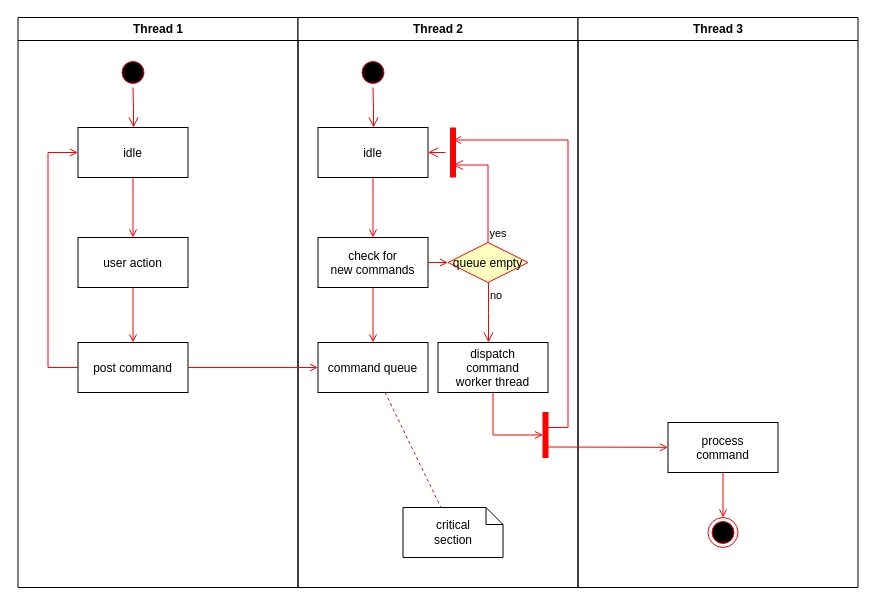
ddffx/api-blueprint keeps this draw.io diagram as Untitled Diagram.drawio. Above is the earlier version. Source tidied: cells renumbered, new cells numbered last; positions are measured from the earlier drawing's top-left corner, leaving out a move shared by most shapes. Both pictures are drawn from the tidied source at 100%, with x=0, y=0 at pixel (17, 17).
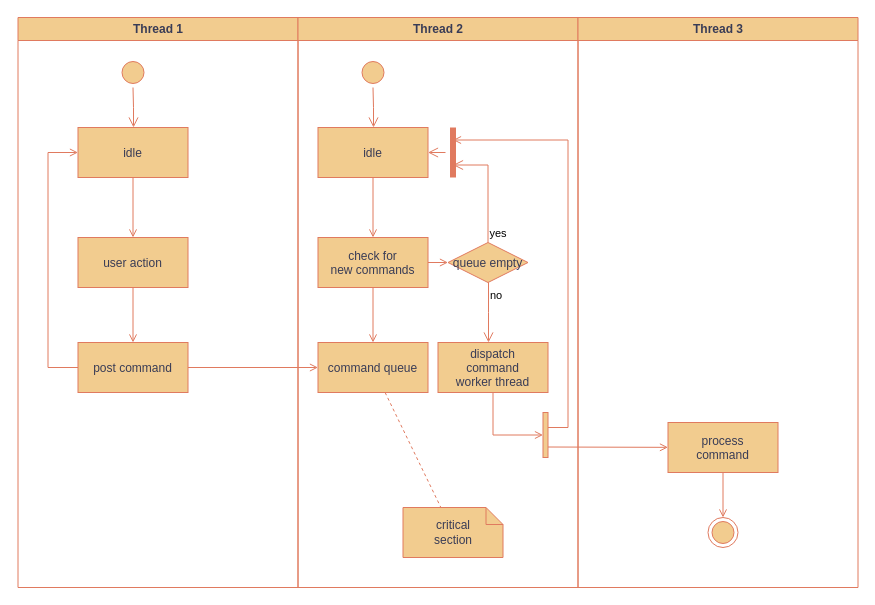
The same page after the edit.

What changed in the source:
```diff
@@
-    <mxCell id="2" value="Thread 1" style="swimlane;whiteSpace=wrap;" parent="1" vertex="1">
+    <mxCell id="2" value="Thread 1" style="swimlane;whiteSpace=wrap;labelBackgroundColor=none;fillColor=#F2CC8F;strokeColor=#E07A5F;fontColor=#393C56;" parent="1" vertex="1">
       <mxGeometry x="0.5" width="280" height="570" as="geometry" />
     </mxCell>
-    <mxCell id="3" style="ellipse;shape=startState;fillColor=#000000;strokeColor=#ff0000;" parent="2" vertex="1">
+    <mxCell id="3" style="ellipse;shape=startState;fillColor=#F2CC8F;strokeColor=#E07A5F;labelBackgroundColor=none;fontColor=#393C56;" parent="2" vertex="1">
       <mxGeometry x="100" y="40" width="30" height="30" as="geometry" />
     </mxCell>
-    <mxCell id="4" style="edgeStyle=elbowEdgeStyle;elbow=horizontal;verticalAlign=bottom;endArrow=open;endSize=8;strokeColor=#FF0000;endFill=1;rounded=0;" parent="2" edge="1" source="3" target="5">
+    <mxCell id="4" style="edgeStyle=elbowEdgeStyle;elbow=horizontal;verticalAlign=bottom;endArrow=open;endSize=8;strokeColor=#E07A5F;endFill=1;rounded=0;labelBackgroundColor=none;fontColor=default;" parent="2" edge="1" source="3" target="5">
       <mxGeometry x="100" y="40" as="geometry" />
     </mxCell>
-    <mxCell id="5" value="idle" parent="2" vertex="1">
+    <mxCell id="5" value="idle" style="labelBackgroundColor=none;fillColor=#F2CC8F;strokeColor=#E07A5F;fontColor=#393C56;" parent="2" vertex="1">
       <mxGeometry x="60" y="110" width="110" height="50" as="geometry" />
     </mxCell>
-    <mxCell id="6" value="user action" parent="2" vertex="1">
+    <mxCell id="6" value="user action" style="labelBackgroundColor=none;fillColor=#F2CC8F;strokeColor=#E07A5F;fontColor=#393C56;" parent="2" vertex="1">
       <mxGeometry x="60" y="220" width="110" height="50" as="geometry" />
     </mxCell>
-    <mxCell id="7" style="endArrow=open;strokeColor=#FF0000;endFill=1;rounded=0;" parent="2" edge="1" source="5" target="6">
+    <mxCell id="7" style="endArrow=open;strokeColor=#E07A5F;endFill=1;rounded=0;labelBackgroundColor=none;fontColor=default;" parent="2" edge="1" source="5" target="6">
       <mxGeometry relative="1" as="geometry" />
     </mxCell>
-    <mxCell id="8" value="post command" parent="2" vertex="1">
+    <mxCell id="8" value="post command" style="labelBackgroundColor=none;fillColor=#F2CC8F;strokeColor=#E07A5F;fontColor=#393C56;" parent="2" vertex="1">
       <mxGeometry x="60" y="325" width="110" height="50" as="geometry" />
     </mxCell>
-    <mxCell id="9" style="endArrow=open;strokeColor=#FF0000;endFill=1;rounded=0;" parent="2" edge="1" source="6" target="8">
+    <mxCell id="9" style="endArrow=open;strokeColor=#E07A5F;endFill=1;rounded=0;labelBackgroundColor=none;fontColor=default;" parent="2" edge="1" source="6" target="8">
       <mxGeometry relative="1" as="geometry" />
     </mxCell>
-    <mxCell id="10" style="edgeStyle=elbowEdgeStyle;elbow=horizontal;strokeColor=#FF0000;endArrow=open;endFill=1;rounded=0;" parent="2" edge="1" source="8" target="5">
+    <mxCell id="10" style="edgeStyle=elbowEdgeStyle;elbow=horizontal;strokeColor=#E07A5F;endArrow=open;endFill=1;rounded=0;labelBackgroundColor=none;fontColor=default;" parent="2" edge="1" source="8" target="5">
       <mxGeometry relative="1" as="geometry">
         <Array as="points">
           <mxPoint x="30" y="250" />
         </Array>
       </mxGeometry>
     </mxCell>
-    <mxCell id="11" value="Thread 2" style="swimlane;whiteSpace=wrap;" parent="1" vertex="1">
+    <mxCell id="11" value="Thread 2" style="swimlane;whiteSpace=wrap;labelBackgroundColor=none;fillColor=#F2CC8F;strokeColor=#E07A5F;fontColor=#393C56;" parent="1" vertex="1">
       <mxGeometry x="280.5" width="280" height="570" as="geometry" />
     </mxCell>
-    <mxCell id="12" style="ellipse;shape=startState;fillColor=#000000;strokeColor=#ff0000;" parent="11" vertex="1">
+    <mxCell id="12" style="ellipse;shape=startState;fillColor=#F2CC8F;strokeColor=#E07A5F;labelBackgroundColor=none;fontColor=#393C56;" parent="11" vertex="1">
       <mxGeometry x="60" y="40" width="30" height="30" as="geometry" />
     </mxCell>
-    <mxCell id="13" style="edgeStyle=elbowEdgeStyle;elbow=horizontal;verticalAlign=bottom;endArrow=open;endSize=8;strokeColor=#FF0000;endFill=1;rounded=0;" parent="11" edge="1" source="12" target="14">
+    <mxCell id="13" style="edgeStyle=elbowEdgeStyle;elbow=horizontal;verticalAlign=bottom;endArrow=open;endSize=8;strokeColor=#E07A5F;endFill=1;rounded=0;labelBackgroundColor=none;fontColor=default;" parent="11" edge="1" source="12" target="14">
       <mxGeometry x="40" y="20" as="geometry" />
     </mxCell>
-    <mxCell id="14" value="idle" parent="11" vertex="1">
+    <mxCell id="14" value="idle" style="labelBackgroundColor=none;fillColor=#F2CC8F;strokeColor=#E07A5F;fontColor=#393C56;" parent="11" vertex="1">
       <mxGeometry x="20" y="110" width="110" height="50" as="geometry" />
     </mxCell>
-    <mxCell id="15" value="check for &#10;new commands" parent="11" vertex="1">
+    <mxCell id="15" value="check for &#10;new commands" style="labelBackgroundColor=none;fillColor=#F2CC8F;strokeColor=#E07A5F;fontColor=#393C56;" parent="11" vertex="1">
       <mxGeometry x="20" y="220" width="110" height="50" as="geometry" />
     </mxCell>
-    <mxCell id="16" style="endArrow=open;strokeColor=#FF0000;endFill=1;rounded=0;" parent="11" edge="1" source="14" target="15">
+    <mxCell id="16" style="endArrow=open;strokeColor=#E07A5F;endFill=1;rounded=0;labelBackgroundColor=none;fontColor=default;" parent="11" edge="1" source="14" target="15">
       <mxGeometry relative="1" as="geometry" />
     </mxCell>
-    <mxCell id="17" value="command queue" parent="11" vertex="1">
+    <mxCell id="17" value="command queue" style="labelBackgroundColor=none;fillColor=#F2CC8F;strokeColor=#E07A5F;fontColor=#393C56;" parent="11" vertex="1">
       <mxGeometry x="20" y="325" width="110" height="50" as="geometry" />
     </mxCell>
-    <mxCell id="18" style="endArrow=open;strokeColor=#FF0000;endFill=1;rounded=0;" parent="11" edge="1" source="15" target="17">
+    <mxCell id="18" style="endArrow=open;strokeColor=#E07A5F;endFill=1;rounded=0;labelBackgroundColor=none;fontColor=default;" parent="11" edge="1" source="15" target="17">
       <mxGeometry relative="1" as="geometry" />
     </mxCell>
-    <mxCell id="19" value="queue empty" style="rhombus;fillColor=#ffffc0;strokeColor=#ff0000;" parent="11" vertex="1">
+    <mxCell id="19" value="queue empty" style="rhombus;fillColor=#F2CC8F;strokeColor=#E07A5F;labelBackgroundColor=none;fontColor=#393C56;" parent="11" vertex="1">
       <mxGeometry x="150" y="225" width="80" height="40" as="geometry" />
     </mxCell>
-    <mxCell id="20" value="yes" style="edgeStyle=elbowEdgeStyle;elbow=horizontal;align=left;verticalAlign=bottom;endArrow=open;endSize=8;strokeColor=#FF0000;exitX=0.5;exitY=0;endFill=1;rounded=0;entryX=0.75;entryY=0.5;entryPerimeter=0;" parent="11" edge="1" source="19" target="23">
+    <mxCell id="20" value="yes" style="edgeStyle=elbowEdgeStyle;elbow=horizontal;align=left;verticalAlign=bottom;endArrow=open;endSize=8;strokeColor=#E07A5F;exitX=0.5;exitY=0;endFill=1;rounded=0;entryX=0.75;entryY=0.5;entryPerimeter=0;labelBackgroundColor=none;fontColor=default;" parent="11" edge="1" source="19" target="23">
       <mxGeometry x="-1" relative="1" as="geometry">
         <Array as="points">
           <mxPoint x="190" y="180" />
         </Array>
       </mxGeometry>
     </mxCell>
-    <mxCell id="21" value="no" style="edgeStyle=elbowEdgeStyle;elbow=horizontal;align=left;verticalAlign=top;endArrow=open;endSize=8;strokeColor=#FF0000;endFill=1;rounded=0;" parent="11" edge="1" source="19" target="25">
+    <mxCell id="21" value="no" style="edgeStyle=elbowEdgeStyle;elbow=horizontal;align=left;verticalAlign=top;endArrow=open;endSize=8;strokeColor=#E07A5F;endFill=1;rounded=0;labelBackgroundColor=none;fontColor=default;" parent="11" edge="1" source="19" target="25">
       <mxGeometry x="-1" relative="1" as="geometry" />
     </mxCell>
-    <mxCell id="22" style="endArrow=open;strokeColor=#FF0000;endFill=1;rounded=0;" parent="11" edge="1" source="15" target="19">
+    <mxCell id="22" style="endArrow=open;strokeColor=#E07A5F;endFill=1;rounded=0;labelBackgroundColor=none;fontColor=default;" parent="11" edge="1" source="15" target="19">
       <mxGeometry relative="1" as="geometry" />
     </mxCell>
-    <mxCell id="23" style="shape=line;strokeWidth=6;strokeColor=#ff0000;rotation=90;" parent="11" vertex="1">
+    <mxCell id="23" style="shape=line;strokeWidth=6;strokeColor=#E07A5F;rotation=90;labelBackgroundColor=none;fillColor=#F2CC8F;fontColor=#393C56;" parent="11" vertex="1">
       <mxGeometry x="130" y="127.5" width="50" height="15" as="geometry" />
     </mxCell>
-    <mxCell id="24" style="edgeStyle=elbowEdgeStyle;elbow=horizontal;verticalAlign=bottom;endArrow=open;endSize=8;strokeColor=#FF0000;endFill=1;rounded=0;" parent="11" edge="1" source="23" target="14">
+    <mxCell id="24" style="edgeStyle=elbowEdgeStyle;elbow=horizontal;verticalAlign=bottom;endArrow=open;endSize=8;strokeColor=#E07A5F;endFill=1;rounded=0;labelBackgroundColor=none;fontColor=default;" parent="11" edge="1" source="23" target="14">
       <mxGeometry x="130" y="90" as="geometry" />
     </mxCell>
-    <mxCell id="25" value="dispatch&#10;command&#10;worker thread" parent="11" vertex="1">
+    <mxCell id="25" value="dispatch&#10;command&#10;worker thread" style="labelBackgroundColor=none;fillColor=#F2CC8F;strokeColor=#E07A5F;fontColor=#393C56;" parent="11" vertex="1">
       <mxGeometry x="140" y="325" width="110" height="50" as="geometry" />
     </mxCell>
-    <mxCell id="26" value="critical&#10;section" style="shape=note;whiteSpace=wrap;size=17;" parent="11" vertex="1">
+    <mxCell id="26" value="critical&#10;section" style="shape=note;whiteSpace=wrap;size=17;labelBackgroundColor=none;fillColor=#F2CC8F;strokeColor=#E07A5F;fontColor=#393C56;" parent="11" vertex="1">
       <mxGeometry x="105" y="490" width="100" height="50" as="geometry" />
     </mxCell>
-    <mxCell id="27" style="endArrow=none;strokeColor=#FF0000;endFill=0;rounded=0;dashed=1;" parent="11" edge="1" source="17" target="26">
+    <mxCell id="27" style="endArrow=none;strokeColor=#E07A5F;endFill=0;rounded=0;dashed=1;labelBackgroundColor=none;fontColor=default;" parent="11" edge="1" source="17" target="26">
       <mxGeometry relative="1" as="geometry" />
     </mxCell>
-    <mxCell id="28" style="whiteSpace=wrap;strokeColor=#FF0000;fillColor=#FF0000;" parent="11" vertex="1">
+    <mxCell id="28" style="whiteSpace=wrap;strokeColor=#E07A5F;fillColor=#F2CC8F;labelBackgroundColor=none;fontColor=#393C56;" parent="11" vertex="1">
       <mxGeometry x="245" y="395" width="5" height="45" as="geometry" />
     </mxCell>
-    <mxCell id="29" style="edgeStyle=elbowEdgeStyle;elbow=horizontal;entryX=0;entryY=0.5;strokeColor=#FF0000;endArrow=open;endFill=1;rounded=0;" parent="11" edge="1" source="25" target="28">
+    <mxCell id="29" style="edgeStyle=elbowEdgeStyle;elbow=horizontal;entryX=0;entryY=0.5;strokeColor=#E07A5F;endArrow=open;endFill=1;rounded=0;labelBackgroundColor=none;fontColor=default;" parent="11" edge="1" source="25" target="28">
       <mxGeometry relative="1" as="geometry">
         <Array as="points">
           <mxPoint x="195" y="400" />
         </Array>
       </mxGeometry>
     </mxCell>
-    <mxCell id="30" value="Thread 3" style="swimlane;whiteSpace=wrap;" parent="1" vertex="1">
+    <mxCell id="30" value="Thread 3" style="swimlane;whiteSpace=wrap;labelBackgroundColor=none;fillColor=#F2CC8F;strokeColor=#E07A5F;fontColor=#393C56;" parent="1" vertex="1">
       <mxGeometry x="560.5" width="280" height="570" as="geometry" />
     </mxCell>
-    <mxCell id="31" value="process&#10;command" parent="30" vertex="1">
+    <mxCell id="31" value="process&#10;command" style="labelBackgroundColor=none;fillColor=#F2CC8F;strokeColor=#E07A5F;fontColor=#393C56;" parent="30" vertex="1">
       <mxGeometry x="90" y="405" width="110" height="50" as="geometry" />
     </mxCell>
-    <mxCell id="32" style="edgeStyle=elbowEdgeStyle;elbow=horizontal;strokeColor=#FF0000;endArrow=open;endFill=1;rounded=0;entryX=0.25;entryY=0.5;entryPerimeter=0;" parent="30" edge="1" target="23">
+    <mxCell id="32" style="edgeStyle=elbowEdgeStyle;elbow=horizontal;strokeColor=#E07A5F;endArrow=open;endFill=1;rounded=0;entryX=0.25;entryY=0.5;entryPerimeter=0;labelBackgroundColor=none;fontColor=default;" parent="30" edge="1" target="23">
       <mxGeometry relative="1" as="geometry">
         <mxPoint x="-30" y="410" as="sourcePoint" />
         <Array as="points">
           <mxPoint x="-10" y="135" />
         </Array>
       </mxGeometry>
     </mxCell>
-    <mxCell id="33" style="edgeStyle=none;strokeColor=#FF0000;endArrow=open;endFill=1;rounded=0;" parent="30" edge="1" target="31">
+    <mxCell id="33" style="edgeStyle=none;strokeColor=#E07A5F;endArrow=open;endFill=1;rounded=0;labelBackgroundColor=none;fontColor=default;" parent="30" edge="1" target="31">
       <mxGeometry relative="1" as="geometry">
         <mxPoint x="-30" y="429.5" as="sourcePoint" />
       </mxGeometry>
     </mxCell>
-    <mxCell id="34" style="ellipse;shape=endState;fillColor=#000000;strokeColor=#ff0000;" parent="30" vertex="1">
+    <mxCell id="34" style="ellipse;shape=endState;fillColor=#F2CC8F;strokeColor=#E07A5F;labelBackgroundColor=none;fontColor=#393C56;" parent="30" vertex="1">
       <mxGeometry x="130" y="500" width="30" height="30" as="geometry" />
     </mxCell>
-    <mxCell id="35" style="endArrow=open;strokeColor=#FF0000;endFill=1;rounded=0;" parent="30" edge="1" source="31" target="34">
+    <mxCell id="35" style="endArrow=open;strokeColor=#E07A5F;endFill=1;rounded=0;labelBackgroundColor=none;fontColor=default;" parent="30" edge="1" source="31" target="34">
       <mxGeometry relative="1" as="geometry" />
     </mxCell>
-    <mxCell id="36" style="endArrow=open;strokeColor=#FF0000;endFill=1;rounded=0;" parent="1" edge="1" source="8" target="17">
+    <mxCell id="36" style="endArrow=open;strokeColor=#E07A5F;endFill=1;rounded=0;labelBackgroundColor=none;fontColor=default;" parent="1" edge="1" source="8" target="17">
       <mxGeometry relative="1" as="geometry" />
     </mxCell>
```
